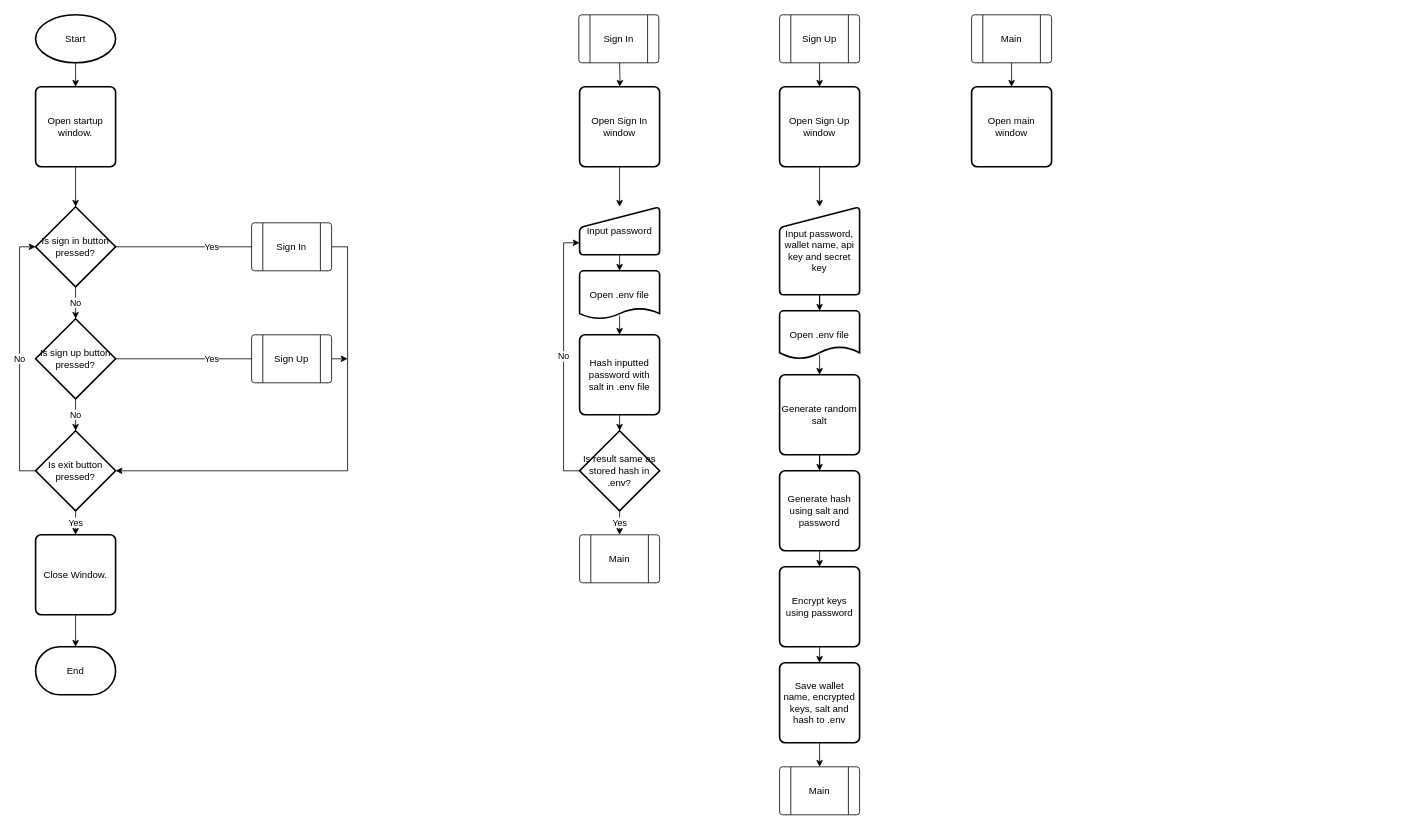
Earlier version of the draw.io diagram NEA.drawio (SparkyRobin/NEA). Source tidied: cells renumbered, new cells numbered last; positions are measured from the earlier drawing's top-left corner, leaving out a move shared by most shapes. Both pictures are drawn from the tidied source at 80%, with x=0, y=0 at pixel (35, 14).
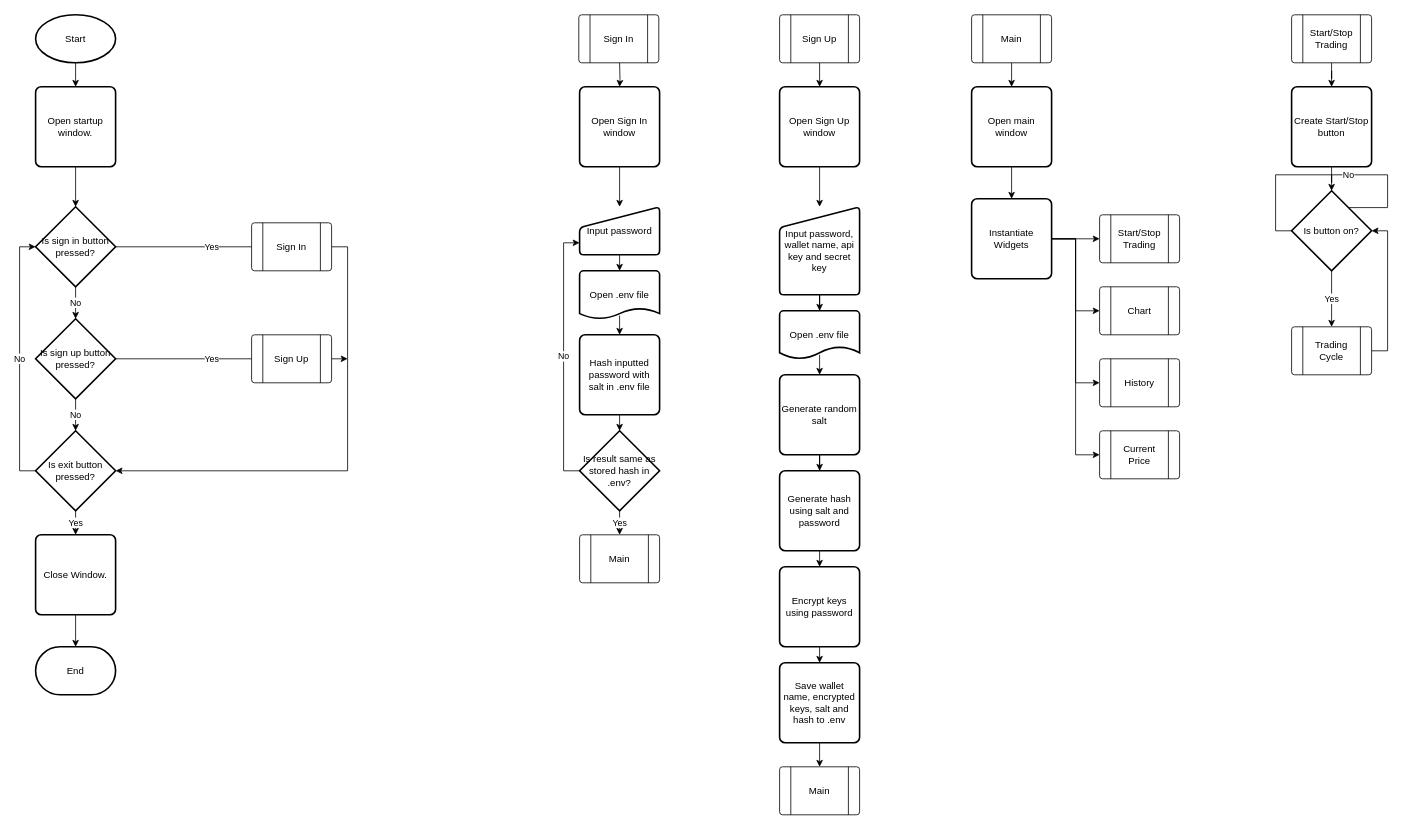
After the change.

The change refers to these unchanged cells:
```xml
<mxCell id="55" value="Open main window" style="rounded=1;whiteSpace=wrap;html=1;absoluteArcSize=1;arcSize=14;strokeWidth=2;" parent="1" vertex="1">
  <mxGeometry x="1170" y="90" width="100" height="100" as="geometry" />
</mxCell>
```

What changed in the source:
```diff
@@
+    <mxCell id="56" style="edgeStyle=orthogonalEdgeStyle;rounded=0;jettySize=auto;html=1;exitX=0.5;exitY=1;exitDx=0;exitDy=0;entryX=0.5;entryY=0;entryDx=0;entryDy=0;" parent="1" edge="1" source="55" target="61">
+      <mxGeometry relative="1" as="geometry" />
+    </mxCell>
@@
+    <mxCell id="57" style="edgeStyle=orthogonalEdgeStyle;rounded=0;jettySize=auto;html=1;exitX=1;exitY=0.5;exitDx=0;exitDy=0;entryX=0;entryY=0.5;entryDx=0;entryDy=0;" parent="1" edge="1" source="61" target="62">
+      <mxGeometry relative="1" as="geometry" />
+    </mxCell>
+    <mxCell id="58" style="edgeStyle=orthogonalEdgeStyle;rounded=0;jettySize=auto;html=1;exitX=1;exitY=0.5;exitDx=0;exitDy=0;entryX=0;entryY=0.5;entryDx=0;entryDy=0;" parent="1" edge="1" source="61" target="63">
+      <mxGeometry relative="1" as="geometry" />
+    </mxCell>
+    <mxCell id="59" style="edgeStyle=orthogonalEdgeStyle;rounded=0;jettySize=auto;html=1;exitX=1;exitY=0.5;exitDx=0;exitDy=0;entryX=0;entryY=0.5;entryDx=0;entryDy=0;" parent="1" edge="1" source="61" target="64">
+      <mxGeometry relative="1" as="geometry" />
+    </mxCell>
+    <mxCell id="60" style="edgeStyle=orthogonalEdgeStyle;rounded=0;jettySize=auto;html=1;exitX=1;exitY=0.5;exitDx=0;exitDy=0;entryX=0;entryY=0.5;entryDx=0;entryDy=0;" parent="1" edge="1" source="61" target="65">
+      <mxGeometry relative="1" as="geometry" />
+    </mxCell>
+    <mxCell id="61" value="Instantiate Widgets" style="rounded=1;whiteSpace=wrap;html=1;absoluteArcSize=1;arcSize=14;strokeWidth=2;" parent="1" vertex="1">
+      <mxGeometry x="1170" y="230" width="100" height="100" as="geometry" />
+    </mxCell>
+    <mxCell id="62" value="Start/Stop Trading" style="verticalLabelPosition=middle;verticalAlign=middle;html=1;shape=process;whiteSpace=wrap;rounded=1;size=0.14;arcSize=6;labelPosition=center;align=center;" parent="1" vertex="1">
+      <mxGeometry x="1330" y="250" width="100" height="60" as="geometry" />
+    </mxCell>
+    <mxCell id="63" value="Chart" style="verticalLabelPosition=middle;verticalAlign=middle;html=1;shape=process;whiteSpace=wrap;rounded=1;size=0.14;arcSize=6;labelPosition=center;align=center;" parent="1" vertex="1">
+      <mxGeometry x="1330" y="340" width="100" height="60" as="geometry" />
+    </mxCell>
+    <mxCell id="64" value="History" style="verticalLabelPosition=middle;verticalAlign=middle;html=1;shape=process;whiteSpace=wrap;rounded=1;size=0.14;arcSize=6;labelPosition=center;align=center;" parent="1" vertex="1">
+      <mxGeometry x="1330" y="430" width="100" height="60" as="geometry" />
+    </mxCell>
+    <mxCell id="65" value="Current Price" style="verticalLabelPosition=middle;verticalAlign=middle;html=1;shape=process;whiteSpace=wrap;rounded=1;size=0.14;arcSize=6;labelPosition=center;align=center;" parent="1" vertex="1">
+      <mxGeometry x="1330" y="520" width="100" height="60" as="geometry" />
+    </mxCell>
+    <mxCell id="66" style="edgeStyle=orthogonalEdgeStyle;rounded=0;jettySize=auto;html=1;exitX=0.5;exitY=1;exitDx=0;exitDy=0;" parent="1" edge="1" source="67" target="69">
+      <mxGeometry relative="1" as="geometry" />
+    </mxCell>
+    <mxCell id="67" value="Start/Stop Trading" style="verticalLabelPosition=middle;verticalAlign=middle;html=1;shape=process;whiteSpace=wrap;rounded=1;size=0.14;arcSize=6;labelPosition=center;align=center;" parent="1" vertex="1">
+      <mxGeometry x="1570" width="100" height="60" as="geometry" />
+    </mxCell>
+    <mxCell id="68" style="edgeStyle=orthogonalEdgeStyle;rounded=0;jettySize=auto;html=1;exitX=0.5;exitY=1;exitDx=0;exitDy=0;" parent="1" edge="1" source="69" target="72">
+      <mxGeometry relative="1" as="geometry" />
+    </mxCell>
+    <mxCell id="69" value="Create Start/Stop button" style="rounded=1;whiteSpace=wrap;html=1;absoluteArcSize=1;arcSize=14;strokeWidth=2;" parent="1" vertex="1">
+      <mxGeometry x="1570" y="90" width="100" height="100" as="geometry" />
+    </mxCell>
+    <mxCell id="70" value="No" style="edgeStyle=orthogonalEdgeStyle;rounded=0;jettySize=auto;html=1;exitX=0;exitY=0.5;exitDx=0;exitDy=0;exitPerimeter=0;" parent="1" edge="1" source="72">
+      <mxGeometry relative="1" as="geometry">
+        <mxPoint x="1620" y="220" as="targetPoint" />
+      </mxGeometry>
+    </mxCell>
+    <mxCell id="71" value="Yes" style="edgeStyle=orthogonalEdgeStyle;rounded=0;jettySize=auto;html=1;exitX=0.5;exitY=1;exitDx=0;exitDy=0;exitPerimeter=0;entryX=0.5;entryY=0;entryDx=0;entryDy=0;" parent="1" edge="1" source="72" target="74">
+      <mxGeometry relative="1" as="geometry" />
+    </mxCell>
+    <mxCell id="72" value="Is button on?" style="strokeWidth=2;html=1;shape=mxgraph.flowchart.decision;whiteSpace=wrap;" parent="1" vertex="1">
+      <mxGeometry x="1570" y="220" width="100" height="100" as="geometry" />
+    </mxCell>
+    <mxCell id="73" style="edgeStyle=orthogonalEdgeStyle;rounded=0;jettySize=auto;html=1;exitX=1;exitY=0.5;exitDx=0;exitDy=0;entryX=1;entryY=0.5;entryDx=0;entryDy=0;entryPerimeter=0;" parent="1" edge="1" source="74" target="72">
+      <mxGeometry relative="1" as="geometry" />
+    </mxCell>
+    <mxCell id="74" value="Trading Cycle" style="verticalLabelPosition=middle;verticalAlign=middle;html=1;shape=process;whiteSpace=wrap;rounded=1;size=0.14;arcSize=6;labelPosition=center;align=center;" parent="1" vertex="1">
+      <mxGeometry x="1570" y="390" width="100" height="60" as="geometry" />
+    </mxCell>
```
